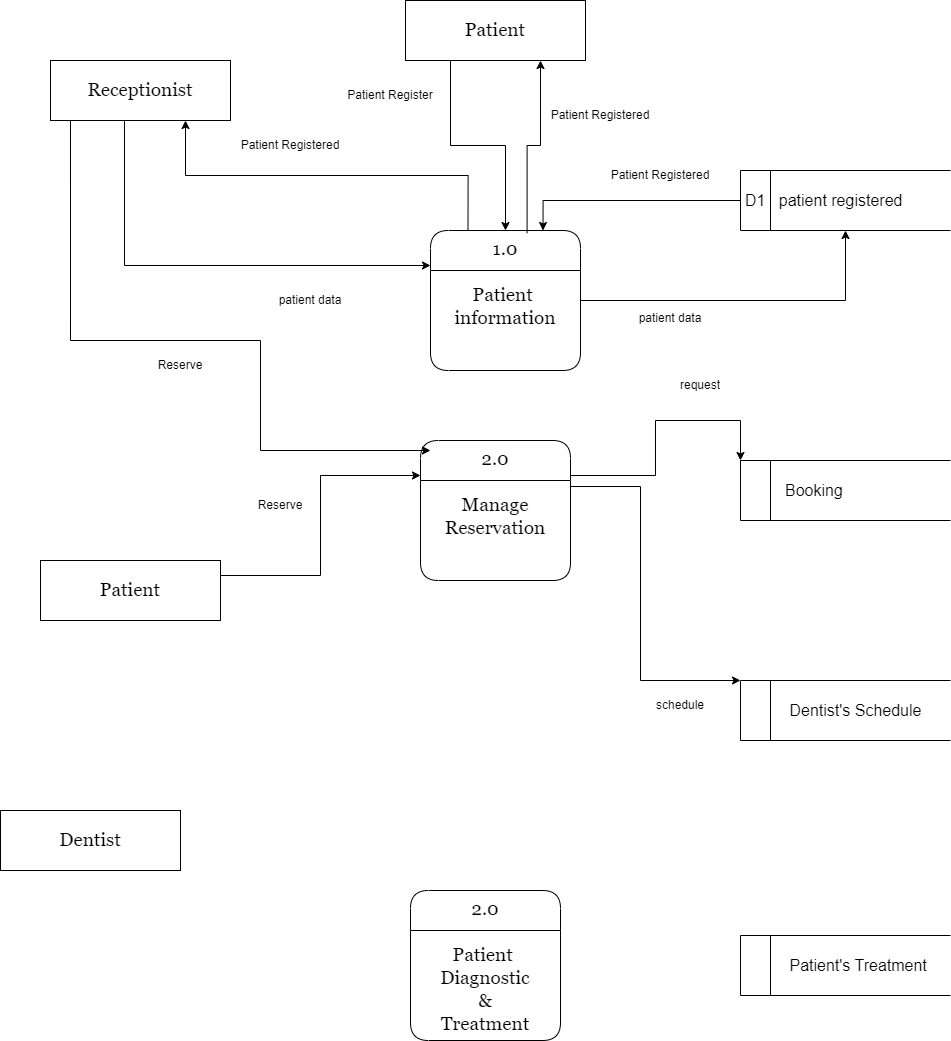
Above: DFD.png in MohamedIsa/Dental-Clinic-System (draw.io), before the change. Source tidied: cells renumbered, new cells last; positions are measured from the earlier drawing's top-left corner, leaving out a move shared by most shapes.
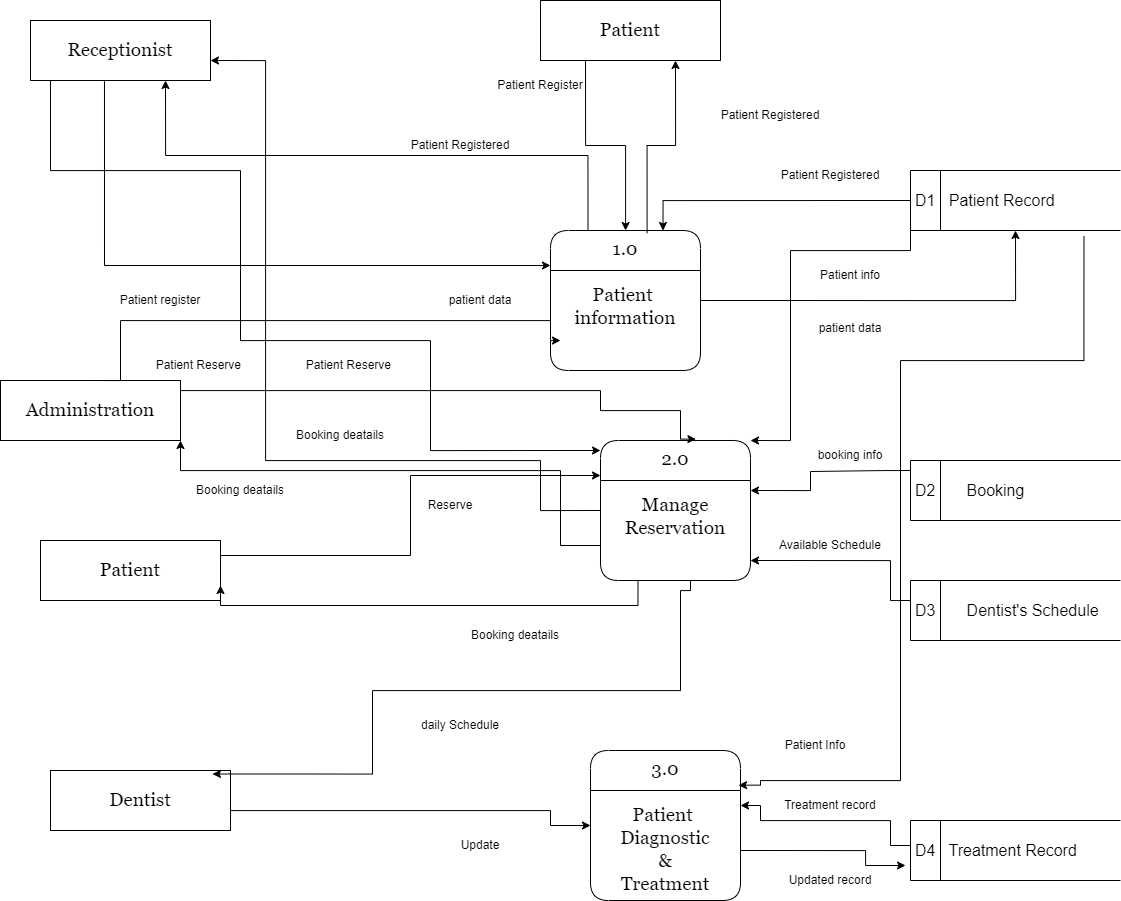
After the commit.

Change to the diagram source:
```diff
@@ -3,43 +3,43 @@
     <mxCell id="0" />
     <mxCell id="1" parent="0" />
     <mxCell id="2" value="2.0&#10;&#10;Manage&#10;Reservation&#10;&#10;" style="swimlane;fontStyle=0;horizontal=1;startSize=40;fillColor=#ffffff;swimlaneFillColor=#ffffff;rounded=1;fontSize=19;fontFamily=Georgia;verticalAlign=top;" parent="1" vertex="1">
-      <mxGeometry x="420" y="440" width="150" height="140" as="geometry" />
+      <mxGeometry x="430" y="440" width="150" height="140" as="geometry" />
     </mxCell>
     <mxCell id="3" style="edgeStyle=orthogonalEdgeStyle;rounded=0;jettySize=auto;html=1;exitX=1;exitY=0.25;exitDx=0;exitDy=0;entryX=0;entryY=0.25;entryDx=0;entryDy=0;" parent="1" edge="1" source="4" target="2">
       <mxGeometry relative="1" as="geometry" />
     </mxCell>
     <mxCell id="4" value="Patient" style="html=1;dashed=0;whiteSpace=wrap;rounded=0;fontSize=19;fontFamily=Georgia;" parent="1" vertex="1">
-      <mxGeometry x="40" y="560" width="180" height="60" as="geometry" />
+      <mxGeometry x="-130" y="540" width="180" height="60" as="geometry" />
     </mxCell>
     <mxCell id="5" value="Dentist" style="html=1;dashed=0;whiteSpace=wrap;rounded=0;fontSize=19;fontFamily=Georgia;" parent="1" vertex="1">
-      <mxGeometry y="810" width="180" height="60" as="geometry" />
+      <mxGeometry x="-120" y="770" width="180" height="60" as="geometry" />
     </mxCell>
     <mxCell id="6" value="&lt;span style=&quot;font-size: 19px;&quot;&gt;&lt;br&gt;&lt;/span&gt;" style="text;html=1;align=center;verticalAlign=middle;points=[];strokeColor=none;fillColor=none;" parent="1" vertex="1">
       <mxGeometry x="580" y="740" width="20" height="40" as="geometry" />
     </mxCell>
-    <mxCell id="7" value="&lt;font size=&quot;3&quot;&gt;D1&amp;nbsp; &amp;nbsp;patient registered&amp;nbsp;&lt;/font&gt;" style="html=1;dashed=0;whiteSpace=wrap;shape=mxgraph.dfd.dataStoreID;align=left;spacingLeft=3;points=[[0,0],[0.5,0],[1,0],[0,0.5],[1,0.5],[0,1],[0.5,1],[1,1]];" parent="1" vertex="1">
+    <mxCell id="7" value="&lt;font size=&quot;3&quot;&gt;D1&amp;nbsp; &amp;nbsp;Patient Record&lt;/font&gt;" style="html=1;dashed=0;whiteSpace=wrap;shape=mxgraph.dfd.dataStoreID;align=left;spacingLeft=3;points=[[0,0],[0.5,0],[1,0],[0,0.5],[1,0.5],[0,1],[0.5,1],[1,1]];" parent="1" vertex="1">
       <mxGeometry x="740" y="170" width="210" height="60" as="geometry" />
     </mxCell>
-    <mxCell id="8" value="&lt;font size=&quot;3&quot;&gt;&amp;nbsp; &amp;nbsp; &amp;nbsp; &amp;nbsp; &amp;nbsp; Patient's Treatment&lt;/font&gt;" style="html=1;dashed=0;whiteSpace=wrap;shape=mxgraph.dfd.dataStoreID;align=left;spacingLeft=3;" parent="1" vertex="1">
-      <mxGeometry x="740" y="935" width="210" height="60" as="geometry" />
+    <mxCell id="8" value="&lt;font size=&quot;3&quot;&gt;D4&amp;nbsp; &amp;nbsp;Treatment Record&lt;/font&gt;" style="html=1;dashed=0;whiteSpace=wrap;shape=mxgraph.dfd.dataStoreID;align=left;spacingLeft=3;" parent="1" vertex="1">
+      <mxGeometry x="740" y="820" width="210" height="60" as="geometry" />
     </mxCell>
-    <mxCell id="9" value="&lt;font size=&quot;3&quot;&gt;&amp;nbsp; &amp;nbsp; &amp;nbsp; &amp;nbsp; &amp;nbsp;Booking&lt;/font&gt;" style="html=1;dashed=0;whiteSpace=wrap;shape=mxgraph.dfd.dataStoreID;align=left;spacingLeft=3;points=[[0,0],[0.5,0],[1,0],[0,0.5],[1,0.5],[0,1],[0.5,1],[1,1]];" parent="1" vertex="1">
+    <mxCell id="9" value="&lt;font size=&quot;3&quot;&gt;D2&amp;nbsp; &amp;nbsp; &amp;nbsp; &amp;nbsp;Booking&lt;/font&gt;" style="html=1;dashed=0;whiteSpace=wrap;shape=mxgraph.dfd.dataStoreID;align=left;spacingLeft=3;points=[[0,0],[0.5,0],[1,0],[0,0.5],[1,0.5],[0,1],[0.5,1],[1,1]];" parent="1" vertex="1">
       <mxGeometry x="740" y="460" width="210" height="60" as="geometry" />
     </mxCell>
-    <mxCell id="10" value="Reserve" style="text;html=1;strokeColor=none;fillColor=none;align=center;verticalAlign=middle;whiteSpace=wrap;rounded=0;" parent="1" vertex="1">
+    <mxCell id="10" value="Patient Reserve&amp;nbsp;" style="text;html=1;strokeColor=none;fillColor=none;align=center;verticalAlign=middle;whiteSpace=wrap;rounded=0;" parent="1" vertex="1">
       <mxGeometry x="120" y="350" width="120" height="30" as="geometry" />
     </mxCell>
-    <mxCell id="11" value="2.0&#10;&#10;Patient &#10;Diagnostic&#10;&amp;&#10;Treatment" style="swimlane;fontStyle=0;horizontal=1;startSize=40;fillColor=#ffffff;swimlaneFillColor=#ffffff;rounded=1;fontSize=19;fontFamily=Georgia;verticalAlign=top;" parent="1" vertex="1">
-      <mxGeometry x="410" y="890" width="150" height="150" as="geometry" />
+    <mxCell id="11" value="3.0&#10;&#10;Patient &#10;Diagnostic&#10;&amp;&#10;Treatment" style="swimlane;fontStyle=0;horizontal=1;startSize=40;fillColor=#ffffff;swimlaneFillColor=#ffffff;rounded=1;fontSize=19;fontFamily=Georgia;verticalAlign=top;" parent="1" vertex="1">
+      <mxGeometry x="420" y="750" width="150" height="150" as="geometry" />
     </mxCell>
-    <mxCell id="12" value="&lt;font size=&quot;3&quot;&gt;&amp;nbsp; &amp;nbsp; &amp;nbsp; &amp;nbsp; &amp;nbsp; Dentist's Schedule&lt;br&gt;&lt;/font&gt;" style="html=1;dashed=0;whiteSpace=wrap;shape=mxgraph.dfd.dataStoreID;align=left;spacingLeft=3;points=[[0,0],[0.5,0],[1,0],[0,0.5],[1,0.5],[0,1],[0.5,1],[1,1]];" parent="1" vertex="1">
-      <mxGeometry x="740" y="680" width="210" height="60" as="geometry" />
+    <mxCell id="12" value="&lt;font size=&quot;3&quot;&gt;D3&amp;nbsp; &amp;nbsp; &amp;nbsp; &amp;nbsp;Dentist's Schedule&lt;br&gt;&lt;/font&gt;" style="html=1;dashed=0;whiteSpace=wrap;shape=mxgraph.dfd.dataStoreID;align=left;spacingLeft=3;points=[[0,0],[0.5,0],[1,0],[0,0.5],[1,0.5],[0,1],[0.5,1],[1,1]];" parent="1" vertex="1">
+      <mxGeometry x="740" y="580" width="210" height="60" as="geometry" />
     </mxCell>
     <mxCell id="13" value="1.0&#10;&#10;Patient &#10;information" style="swimlane;fontStyle=0;horizontal=1;startSize=40;fillColor=#ffffff;swimlaneFillColor=#ffffff;rounded=1;fontSize=19;fontFamily=Georgia;verticalAlign=top;" parent="1" vertex="1">
-      <mxGeometry x="430" y="230" width="150" height="140" as="geometry" />
+      <mxGeometry x="380" y="230" width="150" height="140" as="geometry" />
     </mxCell>
     <mxCell id="14" value="Receptionist" style="html=1;dashed=0;whiteSpace=wrap;rounded=0;fontSize=19;fontFamily=Georgia;" parent="1" vertex="1">
-      <mxGeometry x="50" y="60" width="180" height="60" as="geometry" />
+      <mxGeometry x="-140" y="20" width="180" height="60" as="geometry" />
     </mxCell>
     <mxCell id="15" style="edgeStyle=orthogonalEdgeStyle;rounded=0;jettySize=auto;html=1;exitX=0.411;exitY=1.011;exitDx=0;exitDy=0;entryX=0;entryY=0.25;entryDx=0;entryDy=0;exitPerimeter=0;" parent="1" edge="1" source="14" target="13">
       <mxGeometry relative="1" as="geometry" />
@@ -53,8 +53,8 @@
     <mxCell id="18" style="edgeStyle=orthogonalEdgeStyle;rounded=0;jettySize=auto;html=1;exitX=1;exitY=0.5;exitDx=0;exitDy=0;entryX=0.5;entryY=1;entryDx=0;entryDy=0;" parent="1" edge="1" source="13" target="7">
       <mxGeometry relative="1" as="geometry" />
     </mxCell>
-    <mxCell id="19" value="patient data&lt;div&gt;&lt;br&gt;&lt;/div&gt;" style="text;html=1;strokeColor=none;fillColor=none;align=center;verticalAlign=middle;whiteSpace=wrap;rounded=0;" parent="1" vertex="1">
-      <mxGeometry x="610" y="310" width="120" height="30" as="geometry" />
+    <mxCell id="19" value="&lt;div&gt;Patient info&lt;/div&gt;" style="text;html=1;strokeColor=none;fillColor=none;align=center;verticalAlign=middle;whiteSpace=wrap;rounded=0;" parent="1" vertex="1">
+      <mxGeometry x="620" y="270" width="120" height="10" as="geometry" />
     </mxCell>
     <mxCell id="20" value="Patient Registered" style="text;html=1;strokeColor=none;fillColor=none;align=center;verticalAlign=middle;whiteSpace=wrap;rounded=0;" parent="1" vertex="1">
       <mxGeometry x="600" y="160" width="120" height="30" as="geometry" />
@@ -66,6 +66,8 @@
       <mxGeometry relative="1" as="geometry">
         <mxPoint x="430" y="450" as="targetPoint" />
         <Array as="points">
+          <mxPoint x="-120" y="170" />
+          <mxPoint x="70" y="170" />
           <mxPoint x="70" y="340" />
           <mxPoint x="260" y="340" />
           <mxPoint x="260" y="450" />
@@ -79,13 +81,13 @@
       <mxGeometry x="230" y="130" width="120" height="30" as="geometry" />
     </mxCell>
     <mxCell id="25" value="Patient" style="html=1;dashed=0;whiteSpace=wrap;rounded=0;fontSize=19;fontFamily=Georgia;" parent="1" vertex="1">
-      <mxGeometry x="405" width="180" height="60" as="geometry" />
+      <mxGeometry x="370" width="180" height="60" as="geometry" />
     </mxCell>
     <mxCell id="26" style="edgeStyle=orthogonalEdgeStyle;rounded=0;jettySize=auto;html=1;exitX=0.25;exitY=1;exitDx=0;exitDy=0;" parent="1" edge="1" source="25" target="13">
       <mxGeometry relative="1" as="geometry" />
     </mxCell>
     <mxCell id="27" value="Patient Register" style="text;html=1;strokeColor=none;fillColor=none;align=center;verticalAlign=middle;whiteSpace=wrap;rounded=0;" parent="1" vertex="1">
-      <mxGeometry x="330" y="80" width="120" height="30" as="geometry" />
+      <mxGeometry x="310" y="70" width="120" height="30" as="geometry" />
     </mxCell>
     <mxCell id="28" style="edgeStyle=orthogonalEdgeStyle;rounded=0;jettySize=auto;html=1;entryX=0.75;entryY=1;entryDx=0;entryDy=0;exitX=0.644;exitY=0.019;exitDx=0;exitDy=0;exitPerimeter=0;" parent="1" edge="1" source="13" target="25">
       <mxGeometry relative="1" as="geometry" />
@@ -93,23 +95,174 @@
     <mxCell id="29" value="Patient Registered" style="text;html=1;strokeColor=none;fillColor=none;align=center;verticalAlign=middle;whiteSpace=wrap;rounded=0;" parent="1" vertex="1">
       <mxGeometry x="540" y="100" width="120" height="30" as="geometry" />
     </mxCell>
-    <mxCell id="30" style="edgeStyle=orthogonalEdgeStyle;rounded=0;jettySize=auto;html=1;exitX=1;exitY=0.25;exitDx=0;exitDy=0;entryX=0;entryY=0;entryDx=0;entryDy=0;" parent="1" edge="1" source="2" target="9">
-      <mxGeometry relative="1" as="geometry" />
-    </mxCell>
-    <mxCell id="31" value="request" style="text;html=1;strokeColor=none;fillColor=none;align=center;verticalAlign=middle;whiteSpace=wrap;rounded=0;" parent="1" vertex="1">
-      <mxGeometry x="640" y="370" width="120" height="30" as="geometry" />
-    </mxCell>
-    <mxCell id="32" style="edgeStyle=orthogonalEdgeStyle;rounded=0;jettySize=auto;html=1;exitX=1;exitY=0.5;exitDx=0;exitDy=0;entryX=0;entryY=0;entryDx=0;entryDy=0;" parent="1" edge="1" source="2" target="12">
-      <mxGeometry relative="1" as="geometry">
-        <Array as="points">
-          <mxPoint x="570" y="486" />
-          <mxPoint x="640" y="486" />
-          <mxPoint x="640" y="680" />
-        </Array>
-      </mxGeometry>
-    </mxCell>
-    <mxCell id="33" value="schedule" style="text;html=1;strokeColor=none;fillColor=none;align=center;verticalAlign=middle;whiteSpace=wrap;rounded=0;" parent="1" vertex="1">
-      <mxGeometry x="620" y="690" width="120" height="30" as="geometry" />
-    </mxCell>
+    <mxCell id="34" style="edgeStyle=orthogonalEdgeStyle;rounded=0;jettySize=auto;html=1;entryX=1;entryY=0;entryDx=0;entryDy=0;" parent="1" edge="1" target="2">
+      <mxGeometry relative="1" as="geometry">
+        <mxPoint x="740" y="230" as="sourcePoint" />
+        <Array as="points">
+          <mxPoint x="740" y="250" />
+          <mxPoint x="620" y="250" />
+          <mxPoint x="620" y="440" />
+        </Array>
+      </mxGeometry>
+    </mxCell>
+    <mxCell id="35" value="patient data&lt;div&gt;&lt;br&gt;&lt;/div&gt;" style="text;html=1;strokeColor=none;fillColor=none;align=center;verticalAlign=middle;whiteSpace=wrap;rounded=0;" parent="1" vertex="1">
+      <mxGeometry x="620" y="320" width="120" height="30" as="geometry" />
+    </mxCell>
+    <mxCell id="36" value="&lt;div&gt;booking info&lt;/div&gt;" style="text;html=1;strokeColor=none;fillColor=none;align=center;verticalAlign=middle;whiteSpace=wrap;rounded=0;" parent="1" vertex="1">
+      <mxGeometry x="620" y="440" width="120" height="30" as="geometry" />
+    </mxCell>
+    <mxCell id="37" style="edgeStyle=orthogonalEdgeStyle;rounded=0;jettySize=auto;html=1;entryX=1;entryY=0.75;entryDx=0;entryDy=0;exitX=0.25;exitY=1;exitDx=0;exitDy=0;" parent="1" edge="1" source="2" target="4">
+      <mxGeometry relative="1" as="geometry">
+        <Array as="points">
+          <mxPoint x="468" y="605" />
+        </Array>
+      </mxGeometry>
+    </mxCell>
+    <mxCell id="38" value="Booking deatails" style="text;html=1;strokeColor=none;fillColor=none;align=center;verticalAlign=middle;whiteSpace=wrap;rounded=0;" parent="1" vertex="1">
+      <mxGeometry x="285" y="620" width="120" height="30" as="geometry" />
+    </mxCell>
+    <mxCell id="39" style="edgeStyle=orthogonalEdgeStyle;rounded=0;jettySize=auto;html=1;exitX=0;exitY=0.5;exitDx=0;exitDy=0;" parent="1" edge="1" source="2">
+      <mxGeometry relative="1" as="geometry">
+        <mxPoint x="40" y="60" as="targetPoint" />
+        <Array as="points">
+          <mxPoint x="370" y="510" />
+          <mxPoint x="370" y="460" />
+          <mxPoint x="95" y="460" />
+        </Array>
+      </mxGeometry>
+    </mxCell>
+    <mxCell id="40" value="Booking deatails" style="text;html=1;strokeColor=none;fillColor=none;align=center;verticalAlign=middle;whiteSpace=wrap;rounded=0;" parent="1" vertex="1">
+      <mxGeometry x="110" y="420" width="120" height="30" as="geometry" />
+    </mxCell>
+    <mxCell id="41" style="edgeStyle=orthogonalEdgeStyle;rounded=0;jettySize=auto;html=1;entryX=1;entryY=0.5;entryDx=0;entryDy=0;exitX=1;exitY=1;exitDx=0;exitDy=0;" parent="1" edge="1" source="36">
+      <mxGeometry relative="1" as="geometry">
+        <mxPoint x="580" y="490" as="targetPoint" />
+        <Array as="points">
+          <mxPoint x="710" y="470" />
+          <mxPoint x="710" y="471" />
+          <mxPoint x="640" y="471" />
+          <mxPoint x="640" y="490" />
+        </Array>
+      </mxGeometry>
+    </mxCell>
+    <mxCell id="42" style="edgeStyle=orthogonalEdgeStyle;rounded=0;jettySize=auto;html=1;entryX=1;entryY=0.5;entryDx=0;entryDy=0;exitX=0;exitY=0.333;exitDx=0;exitDy=0;exitPerimeter=0;" parent="1" edge="1" source="12">
+      <mxGeometry relative="1" as="geometry">
+        <mxPoint x="580" y="560" as="targetPoint" />
+        <Array as="points">
+          <mxPoint x="720" y="600" />
+          <mxPoint x="720" y="560" />
+        </Array>
+      </mxGeometry>
+    </mxCell>
+    <mxCell id="43" value="Available Schedule" style="text;html=1;strokeColor=none;fillColor=none;align=center;verticalAlign=middle;whiteSpace=wrap;rounded=0;" parent="1" vertex="1">
+      <mxGeometry x="600" y="530" width="120" height="30" as="geometry" />
+    </mxCell>
+    <mxCell id="44" style="edgeStyle=orthogonalEdgeStyle;rounded=0;jettySize=auto;html=1;entryX=0.9;entryY=0.058;entryDx=0;entryDy=0;entryPerimeter=0;" parent="1" edge="1" target="5">
+      <mxGeometry relative="1" as="geometry">
+        <mxPoint x="520" y="580" as="sourcePoint" />
+        <Array as="points">
+          <mxPoint x="510" y="590" />
+          <mxPoint x="510" y="690" />
+          <mxPoint x="202" y="690" />
+        </Array>
+      </mxGeometry>
+    </mxCell>
+    <mxCell id="45" value="Updated record" style="text;html=1;strokeColor=none;fillColor=none;align=center;verticalAlign=middle;whiteSpace=wrap;rounded=0;" parent="1" vertex="1">
+      <mxGeometry x="600" y="865" width="120" height="30" as="geometry" />
+    </mxCell>
+    <mxCell id="46" style="edgeStyle=orthogonalEdgeStyle;rounded=0;jettySize=auto;html=1;exitX=0.826;exitY=1.093;exitDx=0;exitDy=0;exitPerimeter=0;entryX=-0.597;entryY=1.117;entryDx=0;entryDy=0;entryPerimeter=0;" parent="1" edge="1" source="7" target="6">
+      <mxGeometry relative="1" as="geometry">
+        <Array as="points">
+          <mxPoint x="913" y="360" />
+          <mxPoint x="730" y="360" />
+          <mxPoint x="730" y="780" />
+          <mxPoint x="590" y="780" />
+          <mxPoint x="590" y="785" />
+        </Array>
+      </mxGeometry>
+    </mxCell>
+    <mxCell id="47" value="Patient Info" style="text;html=1;strokeColor=none;fillColor=none;align=center;verticalAlign=middle;whiteSpace=wrap;rounded=0;" parent="1" vertex="1">
+      <mxGeometry x="585" y="730" width="120" height="30" as="geometry" />
+    </mxCell>
+    <mxCell id="48" style="edgeStyle=orthogonalEdgeStyle;rounded=0;jettySize=auto;html=1;exitX=1;exitY=0.5;exitDx=0;exitDy=0;entryX=0;entryY=0.5;entryDx=0;entryDy=0;" parent="1" edge="1" source="5" target="11">
+      <mxGeometry relative="1" as="geometry">
+        <Array as="points">
+          <mxPoint x="380" y="810" />
+          <mxPoint x="380" y="825" />
+        </Array>
+      </mxGeometry>
+    </mxCell>
+    <mxCell id="49" value="daily Schedule" style="text;html=1;strokeColor=none;fillColor=none;align=center;verticalAlign=middle;whiteSpace=wrap;rounded=0;" parent="1" vertex="1">
+      <mxGeometry x="230" y="710" width="120" height="30" as="geometry" />
+    </mxCell>
+    <mxCell id="50" style="edgeStyle=orthogonalEdgeStyle;rounded=0;orthogonalLoop=1;jettySize=auto;html=1;entryX=0;entryY=0.5;entryDx=0;entryDy=0;" parent="1" edge="1">
+      <mxGeometry relative="1" as="geometry">
+        <mxPoint x="570" y="850" as="sourcePoint" />
+        <mxPoint x="735" y="865" as="targetPoint" />
+        <Array as="points">
+          <mxPoint x="695" y="850" />
+          <mxPoint x="695" y="865" />
+        </Array>
+      </mxGeometry>
+    </mxCell>
+    <mxCell id="51" value="Update" style="text;html=1;strokeColor=none;fillColor=none;align=center;verticalAlign=middle;whiteSpace=wrap;rounded=0;" parent="1" vertex="1">
+      <mxGeometry x="250" y="830" width="120" height="30" as="geometry" />
+    </mxCell>
+    <mxCell id="52" style="edgeStyle=orthogonalEdgeStyle;rounded=0;orthogonalLoop=1;jettySize=auto;html=1;exitX=0;exitY=0.333;exitDx=0;exitDy=0;exitPerimeter=0;" parent="1" edge="1">
+      <mxGeometry relative="1" as="geometry">
+        <mxPoint x="740" y="845" as="sourcePoint" />
+        <mxPoint x="570" y="805" as="targetPoint" />
+        <Array as="points">
+          <mxPoint x="720" y="845" />
+          <mxPoint x="720" y="820" />
+          <mxPoint x="590" y="820" />
+          <mxPoint x="590" y="805" />
+        </Array>
+      </mxGeometry>
+    </mxCell>
+    <mxCell id="53" value="Treatment record" style="text;html=1;strokeColor=none;fillColor=none;align=center;verticalAlign=middle;whiteSpace=wrap;rounded=0;" parent="1" vertex="1">
+      <mxGeometry x="600" y="790" width="120" height="30" as="geometry" />
+    </mxCell>
+    <mxCell id="54" value="Administration" style="html=1;dashed=0;whiteSpace=wrap;rounded=0;fontSize=19;fontFamily=Georgia;" parent="1" vertex="1">
+      <mxGeometry x="-170" y="380" width="180" height="60" as="geometry" />
+    </mxCell>
+    <mxCell id="55" style="edgeStyle=orthogonalEdgeStyle;rounded=0;jettySize=auto;html=1;exitX=0.5;exitY=0;exitDx=0;exitDy=0;" parent="1" edge="1" source="54">
+      <mxGeometry relative="1" as="geometry">
+        <mxPoint x="390" y="340" as="targetPoint" />
+        <Array as="points">
+          <mxPoint x="-50" y="320" />
+          <mxPoint x="380" y="320" />
+          <mxPoint x="380" y="340" />
+        </Array>
+      </mxGeometry>
+    </mxCell>
+    <mxCell id="56" value="Patient register" style="text;html=1;strokeColor=none;fillColor=none;align=center;verticalAlign=middle;whiteSpace=wrap;rounded=0;" parent="1" vertex="1">
+      <mxGeometry x="-70" y="285" width="120" height="30" as="geometry" />
+    </mxCell>
+    <mxCell id="57" style="edgeStyle=orthogonalEdgeStyle;rounded=0;jettySize=auto;html=1;exitX=1;exitY=0.5;exitDx=0;exitDy=0;entryX=0.636;entryY=-0.01;entryDx=0;entryDy=0;entryPerimeter=0;" parent="1" edge="1" source="54" target="2">
+      <mxGeometry relative="1" as="geometry">
+        <Array as="points">
+          <mxPoint x="430" y="390" />
+          <mxPoint x="430" y="410" />
+          <mxPoint x="510" y="410" />
+          <mxPoint x="510" y="439" />
+        </Array>
+      </mxGeometry>
+    </mxCell>
+    <mxCell id="58" value="Patient Reserve&amp;nbsp;" style="text;html=1;strokeColor=none;fillColor=none;align=center;verticalAlign=middle;whiteSpace=wrap;rounded=0;" parent="1" vertex="1">
+      <mxGeometry x="-30" y="350" width="120" height="30" as="geometry" />
+    </mxCell>
+    <mxCell id="59" style="edgeStyle=orthogonalEdgeStyle;rounded=0;jettySize=auto;html=1;exitX=0;exitY=0.75;exitDx=0;exitDy=0;entryX=1;entryY=1;entryDx=0;entryDy=0;" parent="1" edge="1" source="2" target="54">
+      <mxGeometry relative="1" as="geometry">
+        <Array as="points">
+          <mxPoint x="390" y="545" />
+          <mxPoint x="390" y="470" />
+          <mxPoint x="10" y="470" />
+        </Array>
+      </mxGeometry>
+    </mxCell>
+    <mxCell id="60" value="Booking deatails" style="text;html=1;strokeColor=none;fillColor=none;align=center;verticalAlign=middle;whiteSpace=wrap;rounded=0;" parent="1" vertex="1">
+      <mxGeometry x="10" y="475" width="120" height="30" as="geometry" />
+    </mxCell>
   </root>
 </mxGraphModel>
```
